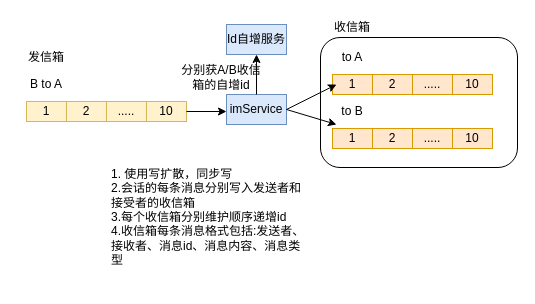
The draw.io diagram arch/im/singleChat.drawio in zhangchuhu/drawio, before the edit. Source tidied: cells renumbered, new cells numbered last; positions are measured from the earlier drawing's top-left corner, leaving out a move shared by most shapes. Both pictures are drawn from the tidied source at 100%, with x=0, y=0 at pixel (26, 17).
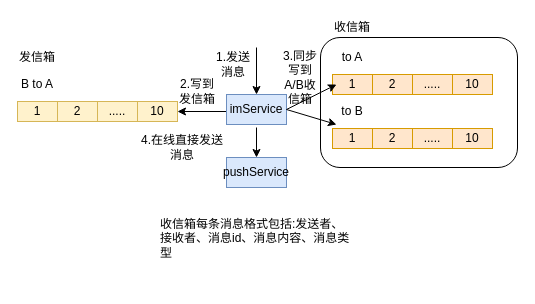
The same diagram, later.

Unchanged cells that the change refers to:
```xml
<mxCell id="19" value="imService" style="rounded=0;whiteSpace=wrap;html=1;fillColor=#dae8fc;strokeColor=#6c8ebf;" parent="1" vertex="1">
  <mxGeometry x="200" y="77" width="60" height="30" as="geometry" />
</mxCell>
```

Diff of the diagram source:
```diff
@@
     <mxCell id="3" value="1" style="rounded=0;whiteSpace=wrap;html=1;fillColor=#fff2cc;strokeColor=#d6b656;" parent="1" vertex="1">
-      <mxGeometry y="84" width="40" height="20" as="geometry" />
+      <mxGeometry x="-9" y="84" width="40" height="20" as="geometry" />
     </mxCell>
     <mxCell id="4" value="2" style="rounded=0;whiteSpace=wrap;html=1;fillColor=#fff2cc;strokeColor=#d6b656;" parent="1" vertex="1">
-      <mxGeometry x="40" y="84" width="40" height="20" as="geometry" />
+      <mxGeometry x="31" y="84" width="40" height="20" as="geometry" />
     </mxCell>
     <mxCell id="5" value="....." style="rounded=0;whiteSpace=wrap;html=1;fillColor=#fff2cc;strokeColor=#d6b656;" parent="1" vertex="1">
-      <mxGeometry x="80" y="84" width="40" height="20" as="geometry" />
+      <mxGeometry x="71" y="84" width="40" height="20" as="geometry" />
     </mxCell>
     <mxCell id="6" value="10" style="rounded=0;whiteSpace=wrap;html=1;fillColor=#fff2cc;strokeColor=#d6b656;" parent="1" vertex="1">
-      <mxGeometry x="120" y="84" width="40" height="20" as="geometry" />
+      <mxGeometry x="111" y="84" width="40" height="20" as="geometry" />
     </mxCell>
     <mxCell id="7" value="B to A" style="text;html=1;strokeColor=none;fillColor=none;align=center;verticalAlign=middle;whiteSpace=wrap;rounded=0;" parent="1" vertex="1">
-      <mxGeometry y="57" width="40" height="20" as="geometry" />
+      <mxGeometry x="-9" y="57" width="40" height="20" as="geometry" />
     </mxCell>
@@
-    <mxCell id="18" style="endArrow=classic;html=1;exitX=1;exitY=0.5;exitDx=0;exitDy=0;" parent="1" edge="1" source="6">
+    <mxCell id="18" style="endArrow=classic;html=1;entryX=1;entryY=0.5;entryDx=0;entryDy=0;" parent="1" edge="1" target="6">
       <mxGeometry relative="1" as="geometry">
-        <mxPoint x="200" y="94" as="targetPoint" />
+        <mxPoint x="200" y="94" as="sourcePoint" />
       </mxGeometry>
     </mxCell>
@@
-    <mxCell id="22" value="&lt;br&gt;&lt;br&gt;1. 使用写扩散，同步写&lt;br&gt;2.会话的每条消息分别写入发送者和接受者的收信箱&lt;br&gt;3.每个收信箱分别维护顺序递增id&lt;br&gt;4.收信箱每条消息格式包括:发送者、接收者、消息id、消息内容、消息类型" style="text;html=1;strokeColor=none;fillColor=none;spacing=5;spacingTop=-20;whiteSpace=wrap;overflow=hidden;rounded=0;" parent="1" vertex="1">
-      <mxGeometry x="80" y="131" width="203" height="130" as="geometry" />
+    <mxCell id="22" value="收信箱每条消息格式包括:发送者、接收者、消息id、消息内容、消息类型" style="text;html=1;strokeColor=none;fillColor=none;spacing=5;spacingTop=-20;whiteSpace=wrap;overflow=hidden;rounded=0;" parent="1" vertex="1">
+      <mxGeometry x="128.5" y="210" width="203" height="60" as="geometry" />
     </mxCell>
-    <mxCell id="23" value="Id自增服务" style="rounded=0;whiteSpace=wrap;html=1;fillColor=#dae8fc;strokeColor=#6c8ebf;" parent="1" vertex="1">
-      <mxGeometry x="200" y="7" width="60" height="30" as="geometry" />
+    <mxCell id="23" value="pushService" style="rounded=0;whiteSpace=wrap;html=1;fillColor=#dae8fc;strokeColor=#6c8ebf;" parent="1" vertex="1">
+      <mxGeometry x="200" y="140" width="60" height="30" as="geometry" />
     </mxCell>
-    <mxCell id="24" value="分别获A/B收信箱的自增id" style="text;html=1;strokeColor=none;fillColor=none;align=center;verticalAlign=middle;whiteSpace=wrap;rounded=0;" parent="1" vertex="1">
-      <mxGeometry x="150" y="50" width="90" height="20" as="geometry" />
+    <mxCell id="24" value="4.在线直接发送消息" style="text;html=1;strokeColor=none;fillColor=none;align=center;verticalAlign=middle;whiteSpace=wrap;rounded=0;" parent="1" vertex="1">
+      <mxGeometry x="111" y="120" width="90" height="20" as="geometry" />
     </mxCell>
-    <mxCell id="25" style="endArrow=classic;html=1;entryX=0.5;entryY=1;entryDx=0;entryDy=0;exitX=0.5;exitY=0;exitDx=0;exitDy=0;" parent="1" edge="1" source="19" target="23">
-      <mxGeometry relative="1" as="geometry" />
+    <mxCell id="25" style="endArrow=classic;html=1;entryX=0.5;entryY=0;entryDx=0;entryDy=0;" parent="1" edge="1" target="23">
+      <mxGeometry relative="1" as="geometry">
+        <mxPoint x="230" y="110" as="sourcePoint" />
+      </mxGeometry>
     </mxCell>
@@
     <mxCell id="27" value="发信箱" style="text;html=1;strokeColor=none;fillColor=none;align=center;verticalAlign=middle;whiteSpace=wrap;rounded=0;" parent="1" vertex="1">
-      <mxGeometry y="30" width="40" height="20" as="geometry" />
+      <mxGeometry x="-9" y="30" width="40" height="20" as="geometry" />
     </mxCell>
+    <mxCell id="28" value="1.发送消息" style="text;html=1;strokeColor=none;fillColor=none;align=center;verticalAlign=middle;whiteSpace=wrap;rounded=0;" parent="1" vertex="1">
+      <mxGeometry x="186.5" y="37" width="40" height="20" as="geometry" />
+    </mxCell>
+    <mxCell id="29" style="endArrow=classic;html=1;entryX=0.5;entryY=0;entryDx=0;entryDy=0;" parent="1" edge="1" target="19">
+      <mxGeometry relative="1" as="geometry">
+        <mxPoint x="230" y="30" as="sourcePoint" />
+      </mxGeometry>
+    </mxCell>
+    <mxCell id="30" value="2.写到发信箱" style="text;html=1;strokeColor=none;fillColor=none;align=center;verticalAlign=middle;whiteSpace=wrap;rounded=0;" parent="1" vertex="1">
+      <mxGeometry x="151" y="64" width="40" height="20" as="geometry" />
+    </mxCell>
+    <mxCell id="31" value="3.同步写到A/B收信箱" style="text;html=1;strokeColor=none;fillColor=none;align=center;verticalAlign=middle;whiteSpace=wrap;rounded=0;" parent="1" vertex="1">
+      <mxGeometry x="254" y="50" width="40" height="20" as="geometry" />
+    </mxCell>
```
